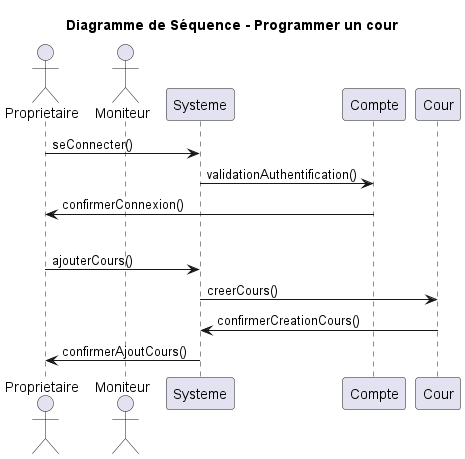
The PlantUML diagram UML/Diagramme_sequence_ajout_cours.png in Egario54/ProjetClubNautique, before a commit.
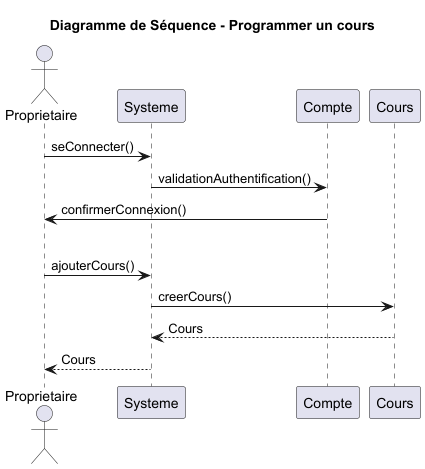
After the commit.

Diff of the diagram source:
```diff
@@ -1,10 +1,9 @@
 @startuml
-title Diagramme de Séquence - Programmer un cour
+title Diagramme de Séquence - Programmer un cours
 actor Proprietaire
-actor Moniteur
 participant Systeme
 participant Compte
-participant Cour
+participant Cours
 
 Proprietaire -> Systeme: seConnecter()
 Systeme -> Compte: validationAuthentification()
@@ -13,8 +12,8 @@
 |||
 
 Proprietaire -> Systeme: ajouterCours()
-Systeme -> Cour: creerCours()
-Cour -> Systeme: confirmerCreationCours()
-Systeme -> Proprietaire: confirmerAjoutCours()
+Systeme -> Cours: creerCours()
+Cours --> Systeme: Cours
+Systeme --> Proprietaire: Cours
 
 @enduml
```
